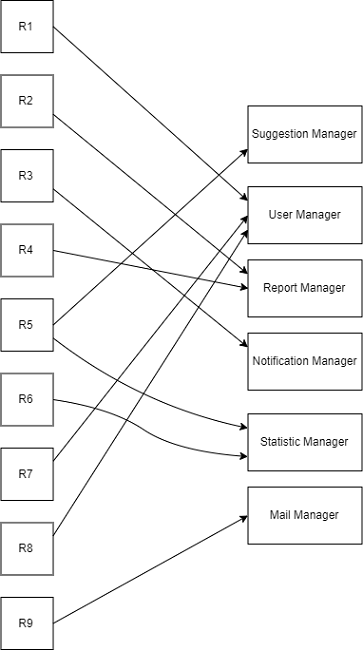
Above: Design/latex/Images/ReqMapping.png in pm390/MaldiniPaone (draw.io), before the change. Source tidied: cells renumbered, new cells last; positions are measured from the earlier drawing's top-left corner, leaving out a move shared by most shapes. Its diagram source:
```xml
<mxGraphModel>
  <root>
    <mxCell id="0" />
    <mxCell id="1" parent="0" />
    <mxCell id="2" value="R1" style="rounded=0;whiteSpace=wrap;html=1;" parent="1" vertex="1">
      <mxGeometry x="-0.5" width="55" height="55" as="geometry" />
    </mxCell>
    <mxCell id="3" value="R2" style="rounded=0;whiteSpace=wrap;html=1;" parent="1" vertex="1">
      <mxGeometry x="-0.5" y="78.5" width="55" height="55" as="geometry" />
    </mxCell>
    <mxCell id="4" value="R3" style="rounded=0;whiteSpace=wrap;html=1;" parent="1" vertex="1">
      <mxGeometry x="-0.5" y="157" width="55" height="55" as="geometry" />
    </mxCell>
    <mxCell id="5" value="R4" style="rounded=0;whiteSpace=wrap;html=1;" parent="1" vertex="1">
      <mxGeometry x="-0.5" y="235.5" width="55" height="55" as="geometry" />
    </mxCell>
    <mxCell id="6" value="R5" style="rounded=0;whiteSpace=wrap;html=1;" parent="1" vertex="1">
      <mxGeometry x="-0.5" y="314" width="55" height="55" as="geometry" />
    </mxCell>
    <mxCell id="7" value="R6" style="rounded=0;whiteSpace=wrap;html=1;" parent="1" vertex="1">
      <mxGeometry x="-0.5" y="392.5" width="55" height="55" as="geometry" />
    </mxCell>
    <mxCell id="8" value="R7" style="rounded=0;whiteSpace=wrap;html=1;" parent="1" vertex="1">
      <mxGeometry x="-0.5" y="471" width="55" height="55" as="geometry" />
    </mxCell>
    <mxCell id="9" value="R8" style="rounded=0;whiteSpace=wrap;html=1;" parent="1" vertex="1">
      <mxGeometry x="-0.5" y="549.5" width="55" height="55" as="geometry" />
    </mxCell>
    <mxCell id="10" value="R9" style="rounded=0;whiteSpace=wrap;html=1;" parent="1" vertex="1">
      <mxGeometry x="-0.5" y="628" width="55" height="55" as="geometry" />
    </mxCell>
    <mxCell id="11" value="User Manager" style="rounded=0;whiteSpace=wrap;html=1;" parent="1" vertex="1">
      <mxGeometry x="259.5" y="196" width="120" height="60" as="geometry" />
    </mxCell>
    <mxCell id="12" value="Suggestion Manager" style="rounded=0;whiteSpace=wrap;html=1;" parent="1" vertex="1">
      <mxGeometry x="259.5" y="111" width="120" height="60" as="geometry" />
    </mxCell>
    <mxCell id="13" value="Report Manager" style="rounded=0;whiteSpace=wrap;html=1;" parent="1" vertex="1">
      <mxGeometry x="259.5" y="273" width="120" height="60" as="geometry" />
    </mxCell>
    <mxCell id="14" value="Statistic Manager" style="rounded=0;whiteSpace=wrap;html=1;" parent="1" vertex="1">
      <mxGeometry x="259.5" y="435" width="120" height="60" as="geometry" />
    </mxCell>
    <mxCell id="15" value="Notification Manager" style="rounded=0;whiteSpace=wrap;html=1;" parent="1" vertex="1">
      <mxGeometry x="259.5" y="350" width="120" height="60" as="geometry" />
    </mxCell>
    <mxCell id="16" value="Mail Manager" style="rounded=0;whiteSpace=wrap;html=1;" parent="1" vertex="1">
      <mxGeometry x="259.5" y="512" width="120" height="60" as="geometry" />
    </mxCell>
    <mxCell id="17" style="curved=1;endArrow=classic;html=1;entryX=0;entryY=0.5;entryDx=0;entryDy=0;exitX=1;exitY=0.5;exitDx=0;exitDy=0;" parent="1" edge="1" source="10" target="16">
      <mxGeometry relative="1" as="geometry" />
    </mxCell>
    <mxCell id="18" style="curved=1;endArrow=classic;html=1;entryX=0;entryY=0.75;entryDx=0;entryDy=0;exitX=1;exitY=0.5;exitDx=0;exitDy=0;" parent="1" edge="1" source="7" target="14">
      <mxGeometry relative="1" as="geometry">
        <Array as="points">
          <mxPoint x="116" y="429" />
          <mxPoint x="183" y="474" />
        </Array>
      </mxGeometry>
    </mxCell>
    <mxCell id="19" style="curved=1;endArrow=classic;html=1;entryX=0;entryY=0.25;entryDx=0;entryDy=0;exitX=1;exitY=0.75;exitDx=0;exitDy=0;" parent="1" edge="1" source="6" target="14">
      <mxGeometry relative="1" as="geometry">
        <Array as="points">
          <mxPoint x="146" y="426" />
        </Array>
      </mxGeometry>
    </mxCell>
    <mxCell id="20" style="curved=1;endArrow=classic;html=1;entryX=0;entryY=0.25;entryDx=0;entryDy=0;exitX=1;exitY=0.5;exitDx=0;exitDy=0;" parent="1" edge="1" source="2" target="11">
      <mxGeometry relative="1" as="geometry" />
    </mxCell>
    <mxCell id="21" style="curved=1;endArrow=classic;html=1;entryX=0;entryY=0.75;entryDx=0;entryDy=0;exitX=1;exitY=0.25;exitDx=0;exitDy=0;" parent="1" edge="1" source="9" target="11">
      <mxGeometry relative="1" as="geometry" />
    </mxCell>
    <mxCell id="22" style="curved=1;endArrow=classic;html=1;entryX=0;entryY=0.5;entryDx=0;entryDy=0;exitX=1;exitY=0.25;exitDx=0;exitDy=0;" parent="1" edge="1" source="8" target="11">
      <mxGeometry relative="1" as="geometry" />
    </mxCell>
    <mxCell id="23" style="curved=1;endArrow=classic;html=1;exitX=1;exitY=0.5;exitDx=0;exitDy=0;" parent="1" edge="1" source="5">
      <mxGeometry relative="1" as="geometry">
        <mxPoint x="260" y="303" as="targetPoint" />
      </mxGeometry>
    </mxCell>
    <mxCell id="24" style="curved=1;endArrow=classic;html=1;entryX=0;entryY=0.25;entryDx=0;entryDy=0;exitX=1;exitY=0.75;exitDx=0;exitDy=0;" parent="1" edge="1" source="4" target="15">
      <mxGeometry relative="1" as="geometry" />
    </mxCell>
    <mxCell id="25" style="curved=1;endArrow=classic;html=1;entryX=0;entryY=0.25;entryDx=0;entryDy=0;exitX=1;exitY=0.75;exitDx=0;exitDy=0;" parent="1" edge="1" source="3" target="13">
      <mxGeometry relative="1" as="geometry" />
    </mxCell>
    <mxCell id="26" style="curved=1;endArrow=classic;html=1;entryX=0;entryY=0.75;entryDx=0;entryDy=0;exitX=1;exitY=0.5;exitDx=0;exitDy=0;" parent="1" edge="1" source="6" target="12">
      <mxGeometry relative="1" as="geometry" />
    </mxCell>
  </root>
</mxGraphModel>
```
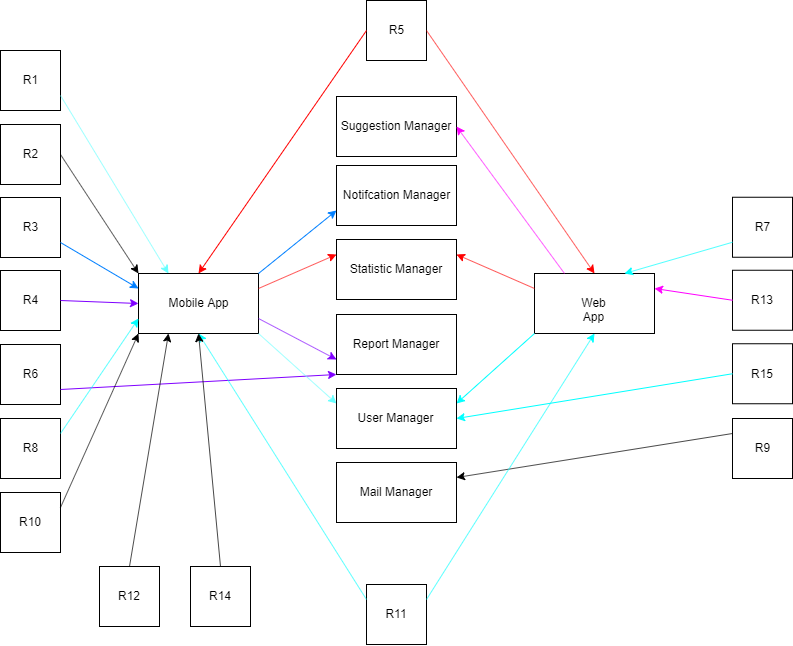
After the commit.

What changed in the source:
```diff
@@ -3,90 +3,145 @@
     <mxCell id="0" />
     <mxCell id="1" parent="0" />
     <mxCell id="2" value="R1" style="rounded=0;whiteSpace=wrap;html=1;" parent="1" vertex="1">
-      <mxGeometry x="-0.5" width="55" height="55" as="geometry" />
+      <mxGeometry x="-91" y="25" width="60" height="60" as="geometry" />
     </mxCell>
+    <mxCell id="27" value="Mobile App" style="rounded=0;whiteSpace=wrap;html=1;" parent="1" vertex="1">
+      <mxGeometry x="47" y="248" width="120" height="60" as="geometry" />
+    </mxCell>
     <mxCell id="3" value="R2" style="rounded=0;whiteSpace=wrap;html=1;" parent="1" vertex="1">
-      <mxGeometry x="-0.5" y="78.5" width="55" height="55" as="geometry" />
+      <mxGeometry x="-91" y="99" width="60" height="60" as="geometry" />
     </mxCell>
     <mxCell id="4" value="R3" style="rounded=0;whiteSpace=wrap;html=1;" parent="1" vertex="1">
-      <mxGeometry x="-0.5" y="157" width="55" height="55" as="geometry" />
+      <mxGeometry x="-91" y="172" width="60" height="60" as="geometry" />
     </mxCell>
+    <mxCell id="16" value="Mail Manager" style="rounded=0;whiteSpace=wrap;html=1;" parent="1" vertex="1">
+      <mxGeometry x="245" y="437" width="120" height="60" as="geometry" />
+    </mxCell>
+    <mxCell id="14" value="Statistic Manager" style="rounded=0;whiteSpace=wrap;html=1;" parent="1" vertex="1">
+      <mxGeometry x="245" y="214" width="120" height="60" as="geometry" />
+    </mxCell>
+    <mxCell id="28" value="Notifcation Manager" style="rounded=0;whiteSpace=wrap;html=1;" parent="1" vertex="1">
+      <mxGeometry x="245" y="140" width="120" height="60" as="geometry" />
+    </mxCell>
+    <mxCell id="12" value="Suggestion Manager" style="rounded=0;whiteSpace=wrap;html=1;" parent="1" vertex="1">
+      <mxGeometry x="245" y="71" width="120" height="60" as="geometry" />
+    </mxCell>
+    <mxCell id="13" value="Report Manager" style="rounded=0;whiteSpace=wrap;html=1;" parent="1" vertex="1">
+      <mxGeometry x="245" y="289" width="120" height="60" as="geometry" />
+    </mxCell>
     <mxCell id="5" value="R4" style="rounded=0;whiteSpace=wrap;html=1;" parent="1" vertex="1">
-      <mxGeometry x="-0.5" y="235.5" width="55" height="55" as="geometry" />
+      <mxGeometry x="-91" y="245" width="60" height="60" as="geometry" />
     </mxCell>
     <mxCell id="6" value="R5" style="rounded=0;whiteSpace=wrap;html=1;" parent="1" vertex="1">
-      <mxGeometry x="-0.5" y="314" width="55" height="55" as="geometry" />
+      <mxGeometry x="275" y="-25" width="60" height="60" as="geometry" />
     </mxCell>
     <mxCell id="7" value="R6" style="rounded=0;whiteSpace=wrap;html=1;" parent="1" vertex="1">
-      <mxGeometry x="-0.5" y="392.5" width="55" height="55" as="geometry" />
+      <mxGeometry x="-91" y="319" width="60" height="60" as="geometry" />
     </mxCell>
     <mxCell id="8" value="R7" style="rounded=0;whiteSpace=wrap;html=1;" parent="1" vertex="1">
-      <mxGeometry x="-0.5" y="471" width="55" height="55" as="geometry" />
+      <mxGeometry x="641" y="171.8" width="60" height="60" as="geometry" />
     </mxCell>
+    <mxCell id="10" value="R9" style="rounded=0;whiteSpace=wrap;html=1;" parent="1" vertex="1">
+      <mxGeometry x="641" y="393" width="60" height="60" as="geometry" />
+    </mxCell>
+    <mxCell id="29" value="R10" style="rounded=0;whiteSpace=wrap;html=1;" parent="1" vertex="1">
+      <mxGeometry x="-91" y="467" width="60" height="60" as="geometry" />
+    </mxCell>
+    <mxCell id="30" value="R11" style="rounded=0;whiteSpace=wrap;html=1;" parent="1" vertex="1">
+      <mxGeometry x="275" y="559" width="60" height="60" as="geometry" />
+    </mxCell>
+    <mxCell id="31" value="R12" style="rounded=0;whiteSpace=wrap;html=1;" parent="1" vertex="1">
+      <mxGeometry x="8" y="541" width="60" height="60" as="geometry" />
+    </mxCell>
+    <mxCell id="32" value="R13" style="rounded=0;whiteSpace=wrap;html=1;" parent="1" vertex="1">
+      <mxGeometry x="641" y="244.8" width="60" height="60" as="geometry" />
+    </mxCell>
     <mxCell id="9" value="R8" style="rounded=0;whiteSpace=wrap;html=1;" parent="1" vertex="1">
-      <mxGeometry x="-0.5" y="549.5" width="55" height="55" as="geometry" />
+      <mxGeometry x="-91" y="393" width="60" height="60" as="geometry" />
     </mxCell>
-    <mxCell id="10" value="R9" style="rounded=0;whiteSpace=wrap;html=1;" parent="1" vertex="1">
-      <mxGeometry x="-0.5" y="628" width="55" height="55" as="geometry" />
-    </mxCell>
+    <mxCell id="33" value="R14" style="rounded=0;whiteSpace=wrap;html=1;" parent="1" vertex="1">
+      <mxGeometry x="99" y="541" width="60" height="60" as="geometry" />
+    </mxCell>
+    <mxCell id="34" value="R15" style="rounded=0;whiteSpace=wrap;html=1;" parent="1" vertex="1">
+      <mxGeometry x="641" y="318.2" width="60" height="60" as="geometry" />
+    </mxCell>
+    <mxCell id="35" value="Web App" style="rounded=0;whiteSpace=wrap;html=1;" parent="1" vertex="1">
+      <mxGeometry x="443" y="248" width="120" height="60" as="geometry" />
+    </mxCell>
+    <mxCell id="36" style="endArrow=classic;html=1;exitX=1;exitY=0.75;exitDx=0;exitDy=0;entryX=0.25;entryY=0;entryDx=0;entryDy=0;strokeColor=#66FFFF;" parent="1" edge="1" source="2" target="27">
+      <mxGeometry relative="1" as="geometry" />
+    </mxCell>
+    <mxCell id="37" style="endArrow=classic;html=1;exitX=1;exitY=0.5;exitDx=0;exitDy=0;entryX=0;entryY=0;entryDx=0;entryDy=0;" parent="1" edge="1" source="3" target="27">
+      <mxGeometry relative="1" as="geometry" />
+    </mxCell>
+    <mxCell id="38" style="endArrow=classic;html=1;exitX=1;exitY=0.75;exitDx=0;exitDy=0;entryX=0;entryY=0.25;entryDx=0;entryDy=0;strokeColor=#007FFF;" parent="1" edge="1" source="4" target="27">
+      <mxGeometry relative="1" as="geometry" />
+    </mxCell>
+    <mxCell id="39" style="endArrow=classic;html=1;exitX=1;exitY=0.5;exitDx=0;exitDy=0;entryX=0;entryY=0.5;entryDx=0;entryDy=0;strokeColor=#7F00FF;" parent="1" edge="1" source="5" target="27">
+      <mxGeometry relative="1" as="geometry" />
+    </mxCell>
+    <mxCell id="40" style="endArrow=classic;html=1;exitX=0;exitY=0.5;exitDx=0;exitDy=0;entryX=0.5;entryY=0;entryDx=0;entryDy=0;strokeColor=#FF0000;" parent="1" edge="1" source="6" target="27">
+      <mxGeometry relative="1" as="geometry" />
+    </mxCell>
+    <mxCell id="41" style="endArrow=classic;html=1;exitX=1;exitY=0.75;exitDx=0;exitDy=0;entryX=0;entryY=1;entryDx=0;entryDy=0;strokeColor=#7F00FF;" parent="1" edge="1" source="7" target="13">
+      <mxGeometry relative="1" as="geometry" />
+    </mxCell>
+    <mxCell id="42" style="endArrow=classic;html=1;exitX=1;exitY=0.25;exitDx=0;exitDy=0;strokeColor=#00FFFF;entryX=0;entryY=0.75;entryDx=0;entryDy=0;" parent="1" edge="1" source="9" target="27">
+      <mxGeometry relative="1" as="geometry" />
+    </mxCell>
+    <mxCell id="43" style="endArrow=classic;html=1;exitX=1;exitY=1;exitDx=0;exitDy=0;entryX=0;entryY=0.25;entryDx=0;entryDy=0;strokeColor=#66FFFF;" parent="1" edge="1" source="27" target="11">
+      <mxGeometry relative="1" as="geometry" />
+    </mxCell>
+    <mxCell id="44" style="endArrow=classic;html=1;fillColor=#FFFFCC;exitX=1;exitY=0;exitDx=0;exitDy=0;entryX=0;entryY=0.75;entryDx=0;entryDy=0;strokeColor=#007FFF;" parent="1" edge="1" source="27" target="28">
+      <mxGeometry relative="1" as="geometry" />
+    </mxCell>
+    <mxCell id="45" style="endArrow=classic;html=1;fillColor=#FFFFCC;exitX=1;exitY=0.25;exitDx=0;exitDy=0;entryX=0;entryY=0.25;entryDx=0;entryDy=0;strokeColor=#FF0000;" parent="1" edge="1" source="27" target="14">
+      <mxGeometry relative="1" as="geometry" />
+    </mxCell>
+    <mxCell id="46" style="endArrow=classic;html=1;fillColor=#FFFFCC;exitX=1;exitY=0.75;exitDx=0;exitDy=0;entryX=0;entryY=0.75;entryDx=0;entryDy=0;strokeColor=#7F00FF;" parent="1" edge="1" source="27" target="13">
+      <mxGeometry relative="1" as="geometry" />
+    </mxCell>
+    <mxCell id="47" style="endArrow=classic;html=1;exitX=1;exitY=0.5;exitDx=0;exitDy=0;entryX=0.5;entryY=0;entryDx=0;entryDy=0;strokeColor=#FF0000;" parent="1" edge="1" source="6" target="35">
+      <mxGeometry relative="1" as="geometry" />
+    </mxCell>
+    <mxCell id="48" style="endArrow=classic;html=1;exitX=0;exitY=0.25;exitDx=0;exitDy=0;entryX=1;entryY=0.25;entryDx=0;entryDy=0;strokeColor=#FF0000;" parent="1" edge="1" source="35" target="14">
+      <mxGeometry relative="1" as="geometry" />
+    </mxCell>
+    <mxCell id="49" style="endArrow=classic;html=1;strokeColor=#00FFFF;fillColor=#FFFFCC;entryX=0.75;entryY=0;entryDx=0;entryDy=0;exitX=0;exitY=0.75;exitDx=0;exitDy=0;" parent="1" edge="1" source="8" target="35">
+      <mxGeometry relative="1" as="geometry" />
+    </mxCell>
+    <mxCell id="50" style="endArrow=classic;html=1;strokeColor=#00FFFF;fillColor=#FFFFCC;exitX=0;exitY=1;exitDx=0;exitDy=0;entryX=1;entryY=0.25;entryDx=0;entryDy=0;" parent="1" edge="1" source="35" target="11">
+      <mxGeometry relative="1" as="geometry" />
+    </mxCell>
+    <mxCell id="17" style="endArrow=classic;html=1;strokeColor=#000000;fillColor=#FFFFCC;exitX=0;exitY=0.25;exitDx=0;exitDy=0;entryX=1;entryY=0.25;entryDx=0;entryDy=0;" parent="1" edge="1" source="10" target="16">
+      <mxGeometry relative="1" as="geometry" />
+    </mxCell>
+    <mxCell id="51" style="endArrow=classic;html=1;strokeColor=#000000;fillColor=#FFFFCC;exitX=1;exitY=0.25;exitDx=0;exitDy=0;entryX=0;entryY=1;entryDx=0;entryDy=0;" parent="1" edge="1" source="29" target="27">
+      <mxGeometry relative="1" as="geometry" />
+    </mxCell>
+    <mxCell id="52" style="endArrow=classic;html=1;strokeColor=#00FFFF;fillColor=#FFFFCC;exitX=0;exitY=0.25;exitDx=0;exitDy=0;entryX=0.5;entryY=1;entryDx=0;entryDy=0;" parent="1" edge="1" source="30" target="27">
+      <mxGeometry relative="1" as="geometry" />
+    </mxCell>
+    <mxCell id="53" style="endArrow=classic;html=1;strokeColor=#000000;fillColor=#FFFFCC;exitX=0.5;exitY=0;exitDx=0;exitDy=0;entryX=0.25;entryY=1;entryDx=0;entryDy=0;" parent="1" edge="1" source="31" target="27">
+      <mxGeometry relative="1" as="geometry" />
+    </mxCell>
+    <mxCell id="54" style="endArrow=classic;html=1;strokeColor=#FF00FF;fillColor=#FFFFCC;exitX=0;exitY=0.5;exitDx=0;exitDy=0;entryX=1;entryY=0.25;entryDx=0;entryDy=0;" parent="1" edge="1" source="32" target="35">
+      <mxGeometry relative="1" as="geometry" />
+    </mxCell>
+    <mxCell id="55" style="endArrow=classic;html=1;strokeColor=#FF00FF;fillColor=#FFFFCC;exitX=0.25;exitY=0;exitDx=0;exitDy=0;entryX=1;entryY=0.5;entryDx=0;entryDy=0;" parent="1" edge="1" source="35" target="12">
+      <mxGeometry relative="1" as="geometry" />
+    </mxCell>
+    <mxCell id="56" style="endArrow=classic;html=1;strokeColor=#000000;fillColor=#FFFFCC;exitX=0.5;exitY=0;exitDx=0;exitDy=0;entryX=0.5;entryY=1;entryDx=0;entryDy=0;" parent="1" edge="1" source="33" target="27">
+      <mxGeometry relative="1" as="geometry" />
+    </mxCell>
     <mxCell id="11" value="User Manager" style="rounded=0;whiteSpace=wrap;html=1;" parent="1" vertex="1">
-      <mxGeometry x="259.5" y="196" width="120" height="60" as="geometry" />
+      <mxGeometry x="245" y="363" width="120" height="60" as="geometry" />
     </mxCell>
-    <mxCell id="12" value="Suggestion Manager" style="rounded=0;whiteSpace=wrap;html=1;" parent="1" vertex="1">
-      <mxGeometry x="259.5" y="111" width="120" height="60" as="geometry" />
-    </mxCell>
-    <mxCell id="13" value="Report Manager" style="rounded=0;whiteSpace=wrap;html=1;" parent="1" vertex="1">
-      <mxGeometry x="259.5" y="273" width="120" height="60" as="geometry" />
-    </mxCell>
-    <mxCell id="14" value="Statistic Manager" style="rounded=0;whiteSpace=wrap;html=1;" parent="1" vertex="1">
-      <mxGeometry x="259.5" y="435" width="120" height="60" as="geometry" />
-    </mxCell>
-    <mxCell id="15" value="Notification Manager" style="rounded=0;whiteSpace=wrap;html=1;" parent="1" vertex="1">
-      <mxGeometry x="259.5" y="350" width="120" height="60" as="geometry" />
-    </mxCell>
-    <mxCell id="16" value="Mail Manager" style="rounded=0;whiteSpace=wrap;html=1;" parent="1" vertex="1">
-      <mxGeometry x="259.5" y="512" width="120" height="60" as="geometry" />
-    </mxCell>
-    <mxCell id="17" style="curved=1;endArrow=classic;html=1;entryX=0;entryY=0.5;entryDx=0;entryDy=0;exitX=1;exitY=0.5;exitDx=0;exitDy=0;" parent="1" edge="1" source="10" target="16">
-      <mxGeometry relative="1" as="geometry" />
-    </mxCell>
-    <mxCell id="18" style="curved=1;endArrow=classic;html=1;entryX=0;entryY=0.75;entryDx=0;entryDy=0;exitX=1;exitY=0.5;exitDx=0;exitDy=0;" parent="1" edge="1" source="7" target="14">
-      <mxGeometry relative="1" as="geometry">
-        <Array as="points">
-          <mxPoint x="116" y="429" />
-          <mxPoint x="183" y="474" />
-        </Array>
-      </mxGeometry>
-    </mxCell>
-    <mxCell id="19" style="curved=1;endArrow=classic;html=1;entryX=0;entryY=0.25;entryDx=0;entryDy=0;exitX=1;exitY=0.75;exitDx=0;exitDy=0;" parent="1" edge="1" source="6" target="14">
-      <mxGeometry relative="1" as="geometry">
-        <Array as="points">
-          <mxPoint x="146" y="426" />
-        </Array>
-      </mxGeometry>
-    </mxCell>
-    <mxCell id="20" style="curved=1;endArrow=classic;html=1;entryX=0;entryY=0.25;entryDx=0;entryDy=0;exitX=1;exitY=0.5;exitDx=0;exitDy=0;" parent="1" edge="1" source="2" target="11">
-      <mxGeometry relative="1" as="geometry" />
-    </mxCell>
-    <mxCell id="21" style="curved=1;endArrow=classic;html=1;entryX=0;entryY=0.75;entryDx=0;entryDy=0;exitX=1;exitY=0.25;exitDx=0;exitDy=0;" parent="1" edge="1" source="9" target="11">
-      <mxGeometry relative="1" as="geometry" />
-    </mxCell>
-    <mxCell id="22" style="curved=1;endArrow=classic;html=1;entryX=0;entryY=0.5;entryDx=0;entryDy=0;exitX=1;exitY=0.25;exitDx=0;exitDy=0;" parent="1" edge="1" source="8" target="11">
-      <mxGeometry relative="1" as="geometry" />
-    </mxCell>
-    <mxCell id="23" style="curved=1;endArrow=classic;html=1;exitX=1;exitY=0.5;exitDx=0;exitDy=0;" parent="1" edge="1" source="5">
-      <mxGeometry relative="1" as="geometry">
-        <mxPoint x="260" y="303" as="targetPoint" />
-      </mxGeometry>
-    </mxCell>
-    <mxCell id="24" style="curved=1;endArrow=classic;html=1;entryX=0;entryY=0.25;entryDx=0;entryDy=0;exitX=1;exitY=0.75;exitDx=0;exitDy=0;" parent="1" edge="1" source="4" target="15">
-      <mxGeometry relative="1" as="geometry" />
-    </mxCell>
-    <mxCell id="25" style="curved=1;endArrow=classic;html=1;entryX=0;entryY=0.25;entryDx=0;entryDy=0;exitX=1;exitY=0.75;exitDx=0;exitDy=0;" parent="1" edge="1" source="3" target="13">
-      <mxGeometry relative="1" as="geometry" />
-    </mxCell>
-    <mxCell id="26" style="curved=1;endArrow=classic;html=1;entryX=0;entryY=0.75;entryDx=0;entryDy=0;exitX=1;exitY=0.5;exitDx=0;exitDy=0;" parent="1" edge="1" source="6" target="12">
-      <mxGeometry relative="1" as="geometry" />
-    </mxCell>
+    <mxCell id="57" style="endArrow=classic;html=1;strokeColor=#00FFFF;fillColor=#FFFFCC;exitX=1;exitY=0.25;exitDx=0;exitDy=0;entryX=0.5;entryY=1;entryDx=0;entryDy=0;" parent="1" edge="1" source="30" target="35">
+      <mxGeometry relative="1" as="geometry" />
+    </mxCell>
+    <mxCell id="58" style="endArrow=classic;html=1;strokeColor=#00FFFF;fillColor=#FFFFCC;exitX=0;exitY=0.5;exitDx=0;exitDy=0;entryX=1;entryY=0.5;entryDx=0;entryDy=0;" parent="1" edge="1" source="34" target="11">
+      <mxGeometry relative="1" as="geometry" />
+    </mxCell>
   </root>
 </mxGraphModel>
```
